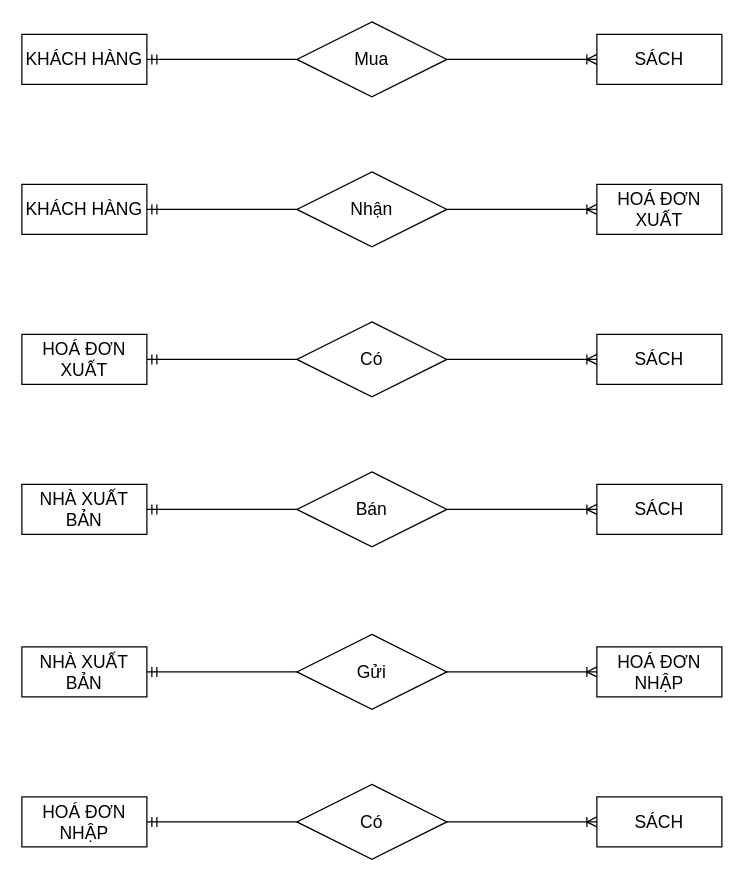
Earlier version of the draw.io diagram page "Trang-9" (9 of 11) of QuanLyBanSach.drawio (leetrungtoans/BTVN_ITC_OOP_LEETRUNGTOANS). Source tidied: cells renumbered, new cells numbered last; positions are measured from the earlier drawing's top-left corner, leaving out a move shared by most shapes. Both pictures are drawn from the tidied source at 125%, with x=0, y=0 at pixel (21, 21).
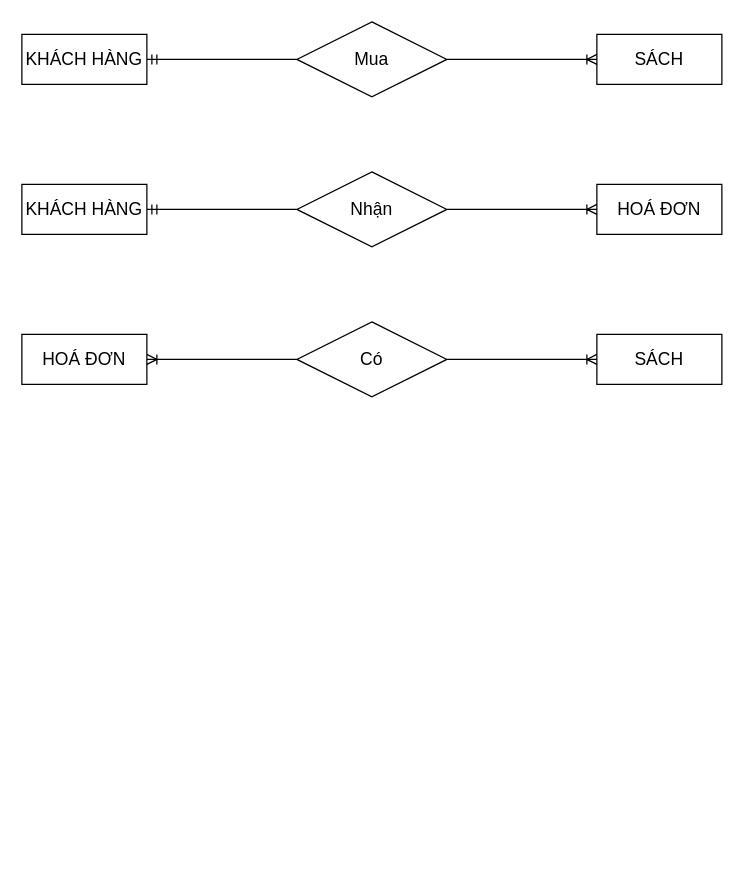
The same diagram, later.

Unchanged cells that the change refers to:
```xml
<mxCell id="3" value="Có" style="shape=rhombus;perimeter=rhombusPerimeter;whiteSpace=wrap;html=1;align=center;fontSize=14;rounded=0;" parent="1" vertex="1">
  <mxGeometry x="220" y="240" width="120" height="60" as="geometry" />
</mxCell>
```

Diff of the diagram source:
```diff
@@
-    <mxCell id="5" value="HOÁ ĐƠN XUẤT" style="whiteSpace=wrap;html=1;align=center;fontSize=14;rounded=0;" parent="1" vertex="1">
+    <mxCell id="5" value="HOÁ ĐƠN" style="whiteSpace=wrap;html=1;align=center;fontSize=14;rounded=0;" parent="1" vertex="1">
       <mxGeometry y="250" width="100" height="40" as="geometry" />
     </mxCell>
@@
-    <mxCell id="8" value="NHÀ XUẤT BẢN" style="whiteSpace=wrap;html=1;align=center;fontSize=14;rounded=0;" parent="1" vertex="1">
-      <mxGeometry y="370" width="100" height="40" as="geometry" />
-    </mxCell>
@@
-    <mxCell id="10" value="HOÁ ĐƠN XUẤT" style="whiteSpace=wrap;html=1;align=center;fontSize=14;rounded=0;" parent="1" vertex="1">
+    <mxCell id="10" value="HOÁ ĐƠN" style="whiteSpace=wrap;html=1;align=center;fontSize=14;rounded=0;" parent="1" vertex="1">
       <mxGeometry x="460" y="130" width="100" height="40" as="geometry" />
     </mxCell>
-    <mxCell id="11" value="SÁCH" style="whiteSpace=wrap;html=1;align=center;fontSize=14;rounded=0;" parent="1" vertex="1">
-      <mxGeometry x="460" y="370" width="100" height="40" as="geometry" />
-    </mxCell>
-    <mxCell id="12" value="Bán" style="shape=rhombus;perimeter=rhombusPerimeter;whiteSpace=wrap;html=1;align=center;fontSize=14;rounded=0;" parent="1" vertex="1">
-      <mxGeometry x="220" y="360" width="120" height="60" as="geometry" />
-    </mxCell>
@@
-    <mxCell id="14" value="HOÁ ĐƠN NHẬP" style="whiteSpace=wrap;html=1;align=center;fontSize=14;rounded=0;" parent="1" vertex="1">
-      <mxGeometry y="620" width="100" height="40" as="geometry" />
-    </mxCell>
-    <mxCell id="15" value="NHÀ XUẤT BẢN" style="whiteSpace=wrap;html=1;align=center;fontSize=14;rounded=0;" parent="1" vertex="1">
-      <mxGeometry y="500" width="100" height="40" as="geometry" />
-    </mxCell>
-    <mxCell id="16" value="HOÁ ĐƠN NHẬP" style="whiteSpace=wrap;html=1;align=center;fontSize=14;rounded=0;" parent="1" vertex="1">
-      <mxGeometry x="460" y="500" width="100" height="40" as="geometry" />
-    </mxCell>
-    <mxCell id="17" value="SÁCH" style="whiteSpace=wrap;html=1;align=center;fontSize=14;rounded=0;" parent="1" vertex="1">
-      <mxGeometry x="460" y="620" width="100" height="40" as="geometry" />
-    </mxCell>
-    <mxCell id="18" value="Có" style="shape=rhombus;perimeter=rhombusPerimeter;whiteSpace=wrap;html=1;align=center;fontSize=14;rounded=0;" parent="1" vertex="1">
-      <mxGeometry x="220" y="610" width="120" height="60" as="geometry" />
-    </mxCell>
-    <mxCell id="19" value="Gửi" style="shape=rhombus;perimeter=rhombusPerimeter;whiteSpace=wrap;html=1;align=center;fontSize=14;rounded=0;" parent="1" vertex="1">
-      <mxGeometry x="220" y="490" width="120" height="60" as="geometry" />
-    </mxCell>
@@
-    <mxCell id="25" style="edgeStyle=entityRelationEdgeStyle;fontSize=12;html=1;endArrow=ERoneToMany;rounded=0;entryX=0;entryY=0.5;entryDx=0;entryDy=0;exitX=1;exitY=0.5;exitDx=0;exitDy=0;" parent="1" edge="1" source="12" target="11">
-      <mxGeometry relative="1" as="geometry" />
-    </mxCell>
-    <mxCell id="26" style="edgeStyle=entityRelationEdgeStyle;fontSize=12;html=1;endArrow=ERmandOne;rounded=0;exitX=0;exitY=0.5;exitDx=0;exitDy=0;entryX=1;entryY=0.5;entryDx=0;entryDy=0;" parent="1" edge="1" source="3" target="5">
+    <mxCell id="26" style="edgeStyle=entityRelationEdgeStyle;fontSize=12;html=1;endArrow=ERoneToMany;rounded=0;entryX=1;entryY=0.5;entryDx=0;entryDy=0;exitX=0;exitY=0.5;exitDx=0;exitDy=0;" parent="1" edge="1" source="3" target="5">
       <mxGeometry relative="1" as="geometry" />
     </mxCell>
-    <mxCell id="27" style="edgeStyle=entityRelationEdgeStyle;fontSize=12;html=1;endArrow=ERmandOne;rounded=0;exitX=0;exitY=0.5;exitDx=0;exitDy=0;entryX=1;entryY=0.5;entryDx=0;entryDy=0;" parent="1" edge="1" source="12" target="8">
-      <mxGeometry relative="1" as="geometry" />
-    </mxCell>
-    <mxCell id="28" style="edgeStyle=entityRelationEdgeStyle;fontSize=12;html=1;endArrow=ERmandOne;rounded=0;exitX=0;exitY=0.5;exitDx=0;exitDy=0;entryX=1;entryY=0.5;entryDx=0;entryDy=0;" parent="1" edge="1" source="19" target="15">
-      <mxGeometry relative="1" as="geometry" />
-    </mxCell>
-    <mxCell id="29" style="edgeStyle=entityRelationEdgeStyle;fontSize=12;html=1;endArrow=ERmandOne;rounded=0;exitX=0;exitY=0.5;exitDx=0;exitDy=0;entryX=1;entryY=0.5;entryDx=0;entryDy=0;" parent="1" edge="1" source="18" target="14">
-      <mxGeometry relative="1" as="geometry" />
-    </mxCell>
-    <mxCell id="30" style="edgeStyle=entityRelationEdgeStyle;fontSize=12;html=1;endArrow=ERoneToMany;rounded=0;exitX=1;exitY=0.5;exitDx=0;exitDy=0;entryX=0;entryY=0.5;entryDx=0;entryDy=0;" parent="1" edge="1" source="19" target="16">
-      <mxGeometry relative="1" as="geometry" />
-    </mxCell>
-    <mxCell id="31" style="edgeStyle=entityRelationEdgeStyle;fontSize=12;html=1;endArrow=ERoneToMany;rounded=0;exitX=1;exitY=0.5;exitDx=0;exitDy=0;entryX=0;entryY=0.5;entryDx=0;entryDy=0;" parent="1" edge="1" source="18" target="17">
-      <mxGeometry relative="1" as="geometry" />
-    </mxCell>
```
